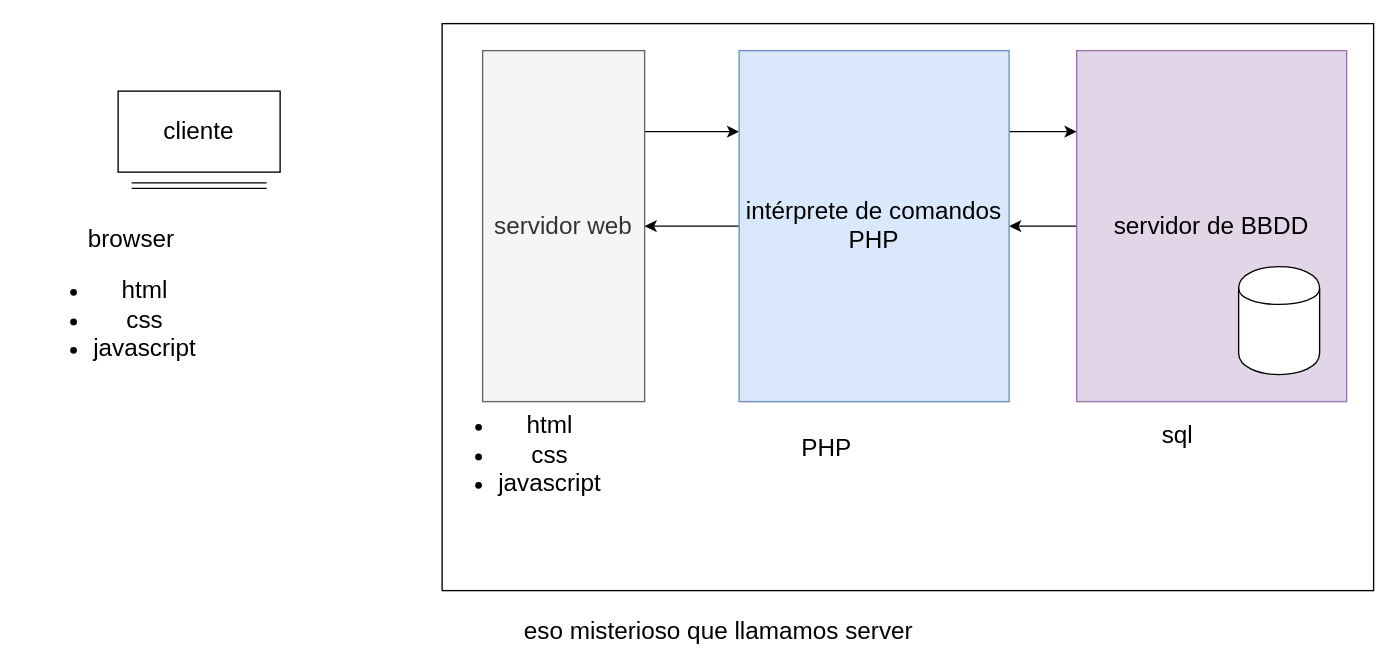
exegeses/goodMorningPHP-OLD keeps this draw.io diagram as xtras/plataforma.drawio. Above is the earlier version. Source tidied: cells renumbered, new cells numbered last; positions are measured from the earlier drawing's top-left corner, leaving out a move shared by most shapes. Both pictures are drawn from the tidied source at 135%, with x=0, y=0 at pixel (23, 23).
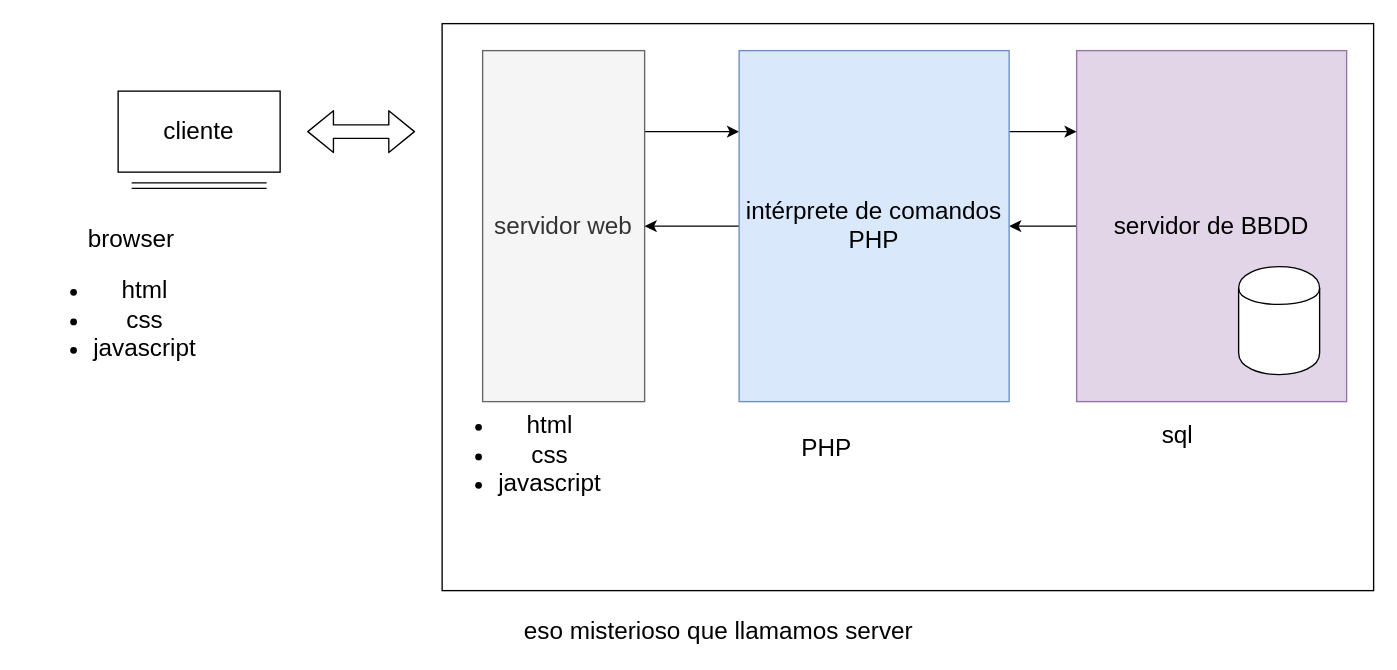
After the change.

The edit, as a diff of the source:
```diff
@@
+    <mxCell id="19" style="shape=flexArrow;endArrow=classic;startArrow=classic;html=1;" parent="1" edge="1">
+      <mxGeometry relative="1" as="geometry">
+        <mxPoint x="210" y="80" as="sourcePoint" />
+        <mxPoint x="290" y="80" as="targetPoint" />
+      </mxGeometry>
+    </mxCell>
```
